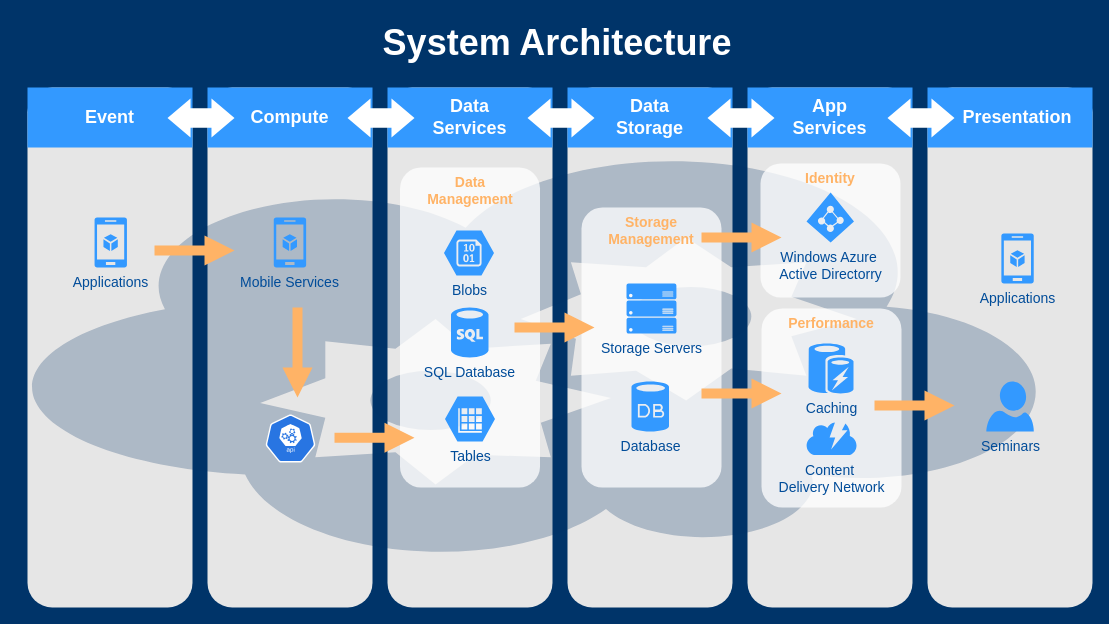
The draw.io diagram mobile app.drawio in chrispaul07/FinalProject, before the edit. Source tidied: cells renumbered, new cells numbered last; positions are measured from the earlier drawing's top-left corner, leaving out a move shared by most shapes. Both pictures are drawn from the tidied source at 100%, with x=0, y=0 at pixel (17, 17).
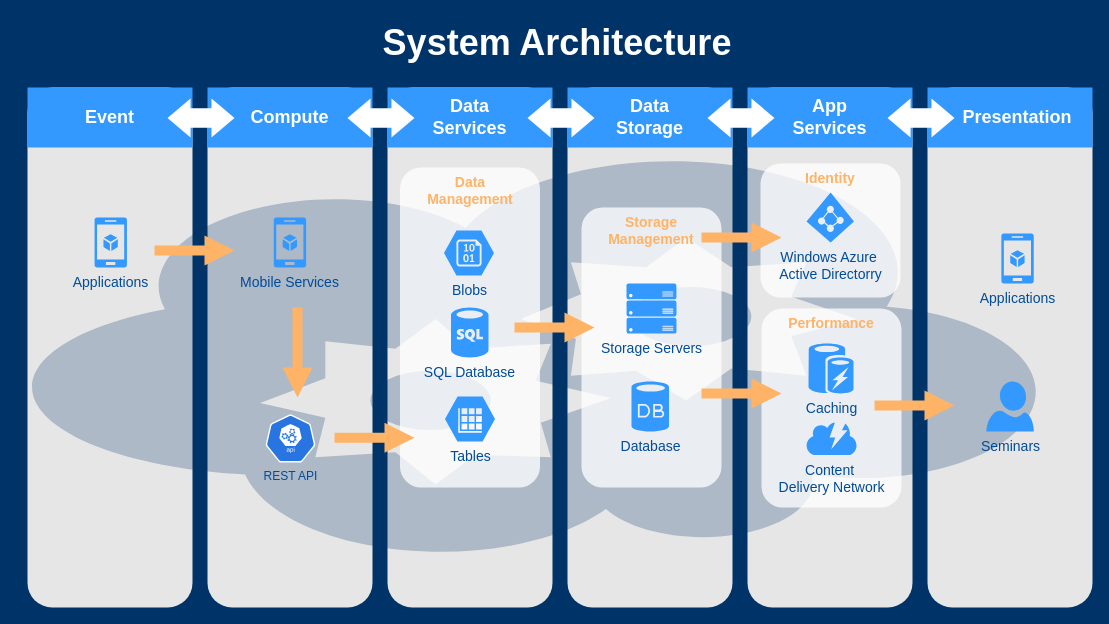
The same diagram, later.

Diff of the diagram source:
```diff
@@
-    <mxCell id="45" style="sketch=0;html=1;dashed=0;whitespace=wrap;fillColor=#2875E2;strokeColor=#ffffff;verticalLabelPosition=bottom;align=center;verticalAlign=top;shape=mxgraph.kubernetes.icon;prIcon=api;" parent="1" vertex="1">
+    <mxCell id="45" value="&lt;font color=&quot;#004c99&quot;&gt;REST API&lt;/font&gt;" style="sketch=0;html=1;dashed=0;whitespace=wrap;fillColor=#2875E2;strokeColor=#ffffff;verticalLabelPosition=bottom;align=center;verticalAlign=top;shape=mxgraph.kubernetes.icon;prIcon=api;" parent="1" vertex="1">
       <mxGeometry x="248" y="397" width="50" height="48" as="geometry" />
     </mxCell>
```
